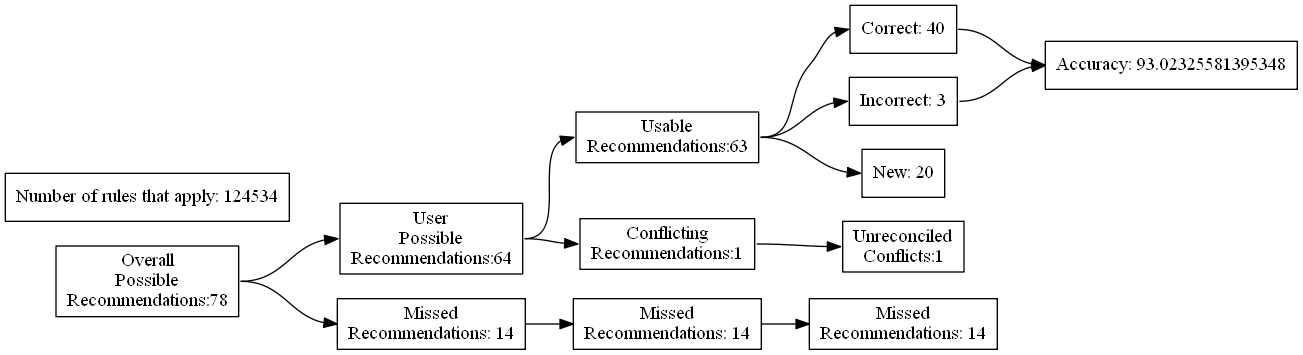
Above: test_renders/38.gv.png in ZaxR/ibd_diet_analysis (Graphviz), before the change. Its source is kept beside it as test_renders/38.gv.
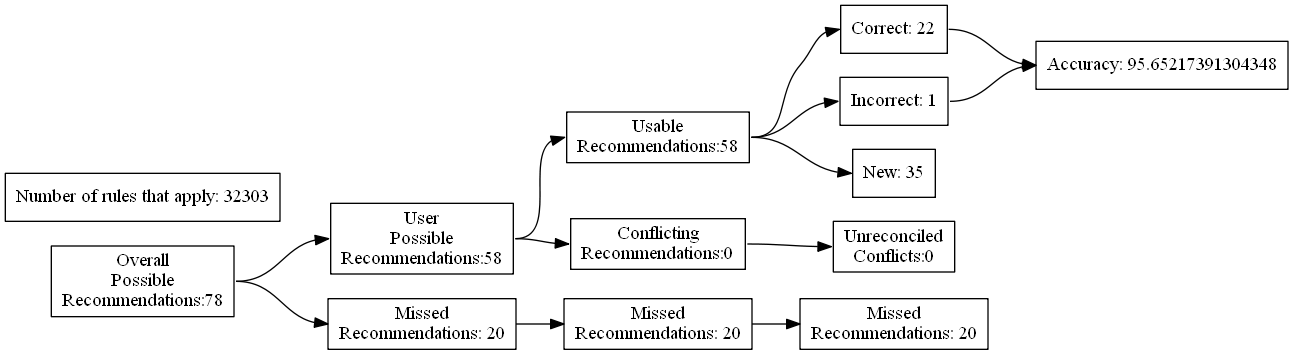
After the change.

What changed in the source:
```diff
@@ -7,24 +7,24 @@
 Recommendations:78"]
 		B [label="User
 Possible
-Recommendations:64"]
+Recommendations:58"]
 		C [label="Missed
-Recommendations: 14"]
+Recommendations: 20"]
 		D [label="Usable
-Recommendations:63"]
+Recommendations:58"]
 		E [label="Conflicting
-Recommendations:1"]
+Recommendations:0"]
 		J [label="Missed
-Recommendations: 14"]
+Recommendations: 20"]
 		M [label="Unreconciled
-Conflicts:1"]
-		F [label="Correct: 40"]
-		G [label="Incorrect: 3"]
-		H [label="New: 20"]
+Conflicts:0"]
+		F [label="Correct: 22"]
+		G [label="Incorrect: 1"]
+		H [label="New: 35"]
 		K [label="Missed
-Recommendations: 14"]
-		I [label="Accuracy: 93.02325581395348"]
-		l [label="Number of rules that apply: 124534"]
+Recommendations: 20"]
+		I [label="Accuracy: 95.65217391304348"]
+		l [label="Number of rules that apply: 32303"]
 			A -> B
 			A -> C
 			B -> D
```
